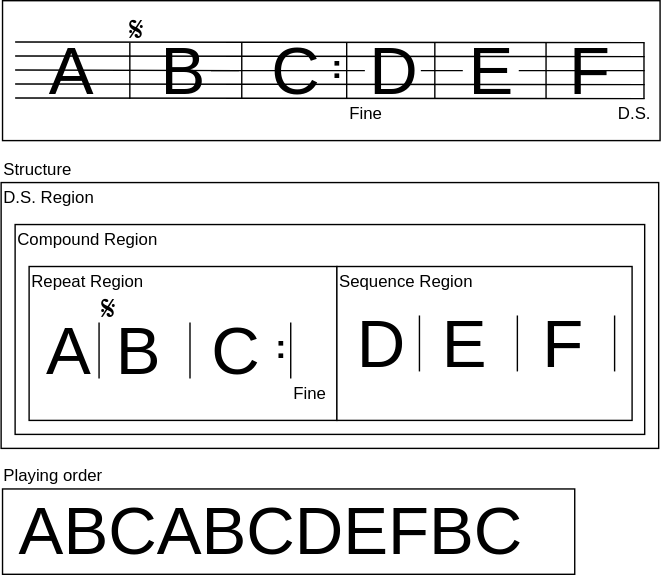
The draw.io diagram docs/repeat/example09.drawio.svg in ruimo/klavier-core, before a commit. Source tidied: cells renumbered, new cells last; positions are measured from the earlier drawing's top-left corner, leaving out a move shared by most shapes.
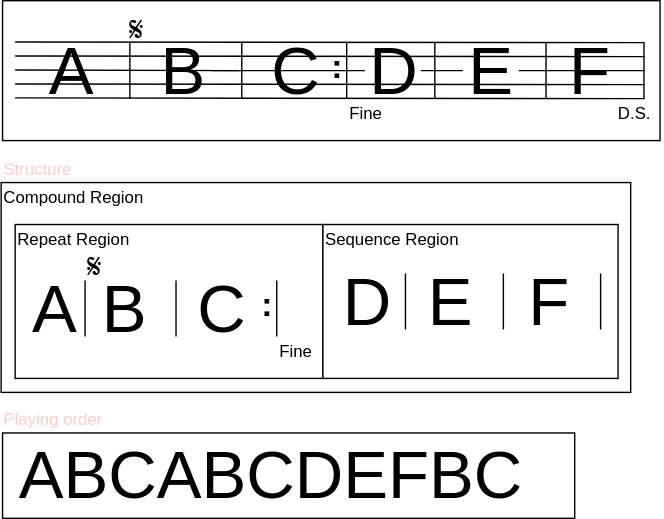
Later version of the same file.

Change to the diagram source:
```diff
@@ -5,9 +5,6 @@
     <mxCell id="2" style="rounded=0;whiteSpace=wrap;html=1;" parent="1" vertex="1">
       <mxGeometry x="1" width="470" height="100" as="geometry" />
     </mxCell>
-    <mxCell id="3" style="rounded=0;whiteSpace=wrap;html=1;" parent="1" vertex="1">
-      <mxGeometry y="130" width="470" height="190" as="geometry" />
-    </mxCell>
     <mxCell id="4" style="endArrow=none;html=1;" parent="1" edge="1">
       <mxGeometry relative="1" as="geometry">
         <mxPoint x="10" y="39.5" as="sourcePoint" />
@@ -43,9 +40,6 @@
     <mxCell id="10" value="&lt;font style=&quot;font-size: 48px&quot;&gt;B&lt;/font&gt;" style="text;html=1;strokeColor=none;fillColor=none;align=center;verticalAlign=middle;whiteSpace=wrap;rounded=0;" parent="1" vertex="1">
       <mxGeometry x="110" y="40" width="40" height="20" as="geometry" />
     </mxCell>
-    <mxCell id="11" value="D.S. Region" style="text;html=1;strokeColor=none;fillColor=none;align=left;verticalAlign=middle;whiteSpace=wrap;rounded=0;" parent="1" vertex="1">
-      <mxGeometry y="130" width="200" height="20" as="geometry" />
-    </mxCell>
     <mxCell id="12" value="&lt;font style=&quot;font-size: 48px&quot;&gt;C&lt;/font&gt;" style="text;html=1;strokeColor=none;fillColor=none;align=center;verticalAlign=middle;whiteSpace=wrap;rounded=0;" parent="1" vertex="1">
       <mxGeometry x="190" y="40" width="40" height="20" as="geometry" />
     </mxCell>
@@ -56,10 +50,10 @@
       </mxGeometry>
     </mxCell>
     <mxCell id="14" style="rounded=0;whiteSpace=wrap;html=1;" parent="1" vertex="1">
-      <mxGeometry x="10" y="160" width="450" height="150" as="geometry" />
+      <mxGeometry y="130" width="450" height="150" as="geometry" />
     </mxCell>
     <mxCell id="15" value="Compound Region" style="text;html=1;strokeColor=none;fillColor=none;align=left;verticalAlign=middle;whiteSpace=wrap;rounded=0;" parent="1" vertex="1">
-      <mxGeometry x="10" y="160" width="150" height="20" as="geometry" />
+      <mxGeometry y="130" width="150" height="20" as="geometry" />
     </mxCell>
     <mxCell id="16" value="&lt;font style=&quot;font-size: 48px&quot;&gt;D&lt;/font&gt;" style="text;html=1;strokeColor=none;fillColor=none;align=center;verticalAlign=middle;whiteSpace=wrap;rounded=0;" parent="1" vertex="1">
       <mxGeometry x="260" y="40" width="40" height="20" as="geometry" />
@@ -89,28 +83,28 @@
       </mxGeometry>
     </mxCell>
     <mxCell id="23" style="rounded=0;whiteSpace=wrap;html=1;" parent="1" vertex="1">
-      <mxGeometry x="20" y="190" width="220" height="110" as="geometry" />
+      <mxGeometry x="10" y="160" width="220" height="110" as="geometry" />
     </mxCell>
     <mxCell id="24" value="Repeat Region" style="text;html=1;strokeColor=none;fillColor=none;align=left;verticalAlign=middle;whiteSpace=wrap;rounded=0;" parent="1" vertex="1">
-      <mxGeometry x="20" y="190" width="105" height="20" as="geometry" />
+      <mxGeometry x="10" y="160" width="105" height="20" as="geometry" />
     </mxCell>
     <mxCell id="25" value="&lt;font style=&quot;font-size: 48px&quot;&gt;A&lt;/font&gt;" style="text;html=1;strokeColor=none;fillColor=none;align=center;verticalAlign=middle;whiteSpace=wrap;rounded=0;" parent="1" vertex="1">
-      <mxGeometry x="27.5" y="240" width="40" height="20" as="geometry" />
+      <mxGeometry x="17.5" y="210" width="40" height="20" as="geometry" />
     </mxCell>
     <mxCell id="26" value="&lt;font style=&quot;font-size: 48px&quot;&gt;B&lt;/font&gt;" style="text;html=1;strokeColor=none;fillColor=none;align=center;verticalAlign=middle;whiteSpace=wrap;rounded=0;" parent="1" vertex="1">
-      <mxGeometry x="77.5" y="240" width="40" height="20" as="geometry" />
+      <mxGeometry x="67.5" y="210" width="40" height="20" as="geometry" />
     </mxCell>
     <mxCell id="27" style="endArrow=none;html=1;" parent="1" edge="1">
       <mxGeometry relative="1" as="geometry">
-        <mxPoint x="70" y="270" as="sourcePoint" />
-        <mxPoint x="70" y="230" as="targetPoint" />
+        <mxPoint x="60" y="240" as="sourcePoint" />
+        <mxPoint x="60" y="200" as="targetPoint" />
       </mxGeometry>
     </mxCell>
     <mxCell id="28" style="rounded=0;whiteSpace=wrap;html=1;" parent="1" vertex="1">
-      <mxGeometry x="240" y="190" width="211" height="110" as="geometry" />
+      <mxGeometry x="230" y="160" width="211" height="110" as="geometry" />
     </mxCell>
     <mxCell id="29" value="Sequence Region" style="text;html=1;strokeColor=none;fillColor=none;align=left;verticalAlign=middle;whiteSpace=wrap;rounded=0;" parent="1" vertex="1">
-      <mxGeometry x="240" y="190" width="105" height="20" as="geometry" />
+      <mxGeometry x="230" y="160" width="105" height="20" as="geometry" />
     </mxCell>
     <mxCell id="30" style="endArrow=none;html=1;" parent="1" edge="1">
       <mxGeometry relative="1" as="geometry">
@@ -128,7 +122,7 @@
       </mxGeometry>
     </mxCell>
     <mxCell id="33" style="group;" parent="1" vertex="1">
-      <mxGeometry x="180" y="230" width="40" height="40" as="geometry" />
+      <mxGeometry x="170" y="200" width="40" height="40" as="geometry" />
     </mxCell>
     <mxCell id="34" style="group;" parent="33" vertex="1">
       <mxGeometry width="40" height="40" as="geometry" />
@@ -149,43 +143,43 @@
       <mxGeometry y="7" width="40" height="20" as="geometry" />
     </mxCell>
     <mxCell id="39" value="&lt;font style=&quot;font-size: 48px&quot;&gt;C&lt;/font&gt;" style="text;html=1;strokeColor=none;fillColor=none;align=center;verticalAlign=middle;whiteSpace=wrap;rounded=0;" parent="1" vertex="1">
-      <mxGeometry x="147" y="240" width="40" height="20" as="geometry" />
+      <mxGeometry x="137" y="210" width="40" height="20" as="geometry" />
     </mxCell>
     <mxCell id="40" value="D.S." style="text;html=1;strokeColor=none;fillColor=none;align=center;verticalAlign=middle;whiteSpace=wrap;rounded=0;" parent="1" vertex="1">
       <mxGeometry x="432.5" y="70" width="40" height="20" as="geometry" />
     </mxCell>
     <mxCell id="41" value="&lt;font style=&quot;font-size: 48px&quot;&gt;D&lt;/font&gt;" style="text;html=1;strokeColor=none;fillColor=none;align=center;verticalAlign=middle;whiteSpace=wrap;rounded=0;" parent="1" vertex="1">
-      <mxGeometry x="251" y="235" width="40" height="20" as="geometry" />
+      <mxGeometry x="241" y="205" width="40" height="20" as="geometry" />
     </mxCell>
     <mxCell id="42" style="endArrow=none;html=1;" parent="1" edge="1">
       <mxGeometry relative="1" as="geometry">
-        <mxPoint x="299" y="265" as="sourcePoint" />
-        <mxPoint x="299" y="225" as="targetPoint" />
+        <mxPoint x="289" y="235" as="sourcePoint" />
+        <mxPoint x="289" y="195" as="targetPoint" />
       </mxGeometry>
     </mxCell>
     <mxCell id="43" value="&lt;font style=&quot;font-size: 48px&quot;&gt;E&lt;/font&gt;" style="text;html=1;strokeColor=none;fillColor=none;align=center;verticalAlign=middle;whiteSpace=wrap;rounded=0;" parent="1" vertex="1">
-      <mxGeometry x="311" y="235" width="40" height="20" as="geometry" />
+      <mxGeometry x="301" y="205" width="40" height="20" as="geometry" />
     </mxCell>
     <mxCell id="44" style="endArrow=none;html=1;" parent="1" edge="1">
       <mxGeometry relative="1" as="geometry">
-        <mxPoint x="369" y="265" as="sourcePoint" />
-        <mxPoint x="369" y="225" as="targetPoint" />
+        <mxPoint x="359" y="235" as="sourcePoint" />
+        <mxPoint x="359" y="195" as="targetPoint" />
       </mxGeometry>
     </mxCell>
     <mxCell id="45" value="&lt;font style=&quot;font-size: 48px&quot;&gt;F&lt;/font&gt;" style="text;html=1;strokeColor=none;fillColor=none;align=center;verticalAlign=middle;whiteSpace=wrap;rounded=0;" parent="1" vertex="1">
-      <mxGeometry x="381" y="235" width="40" height="20" as="geometry" />
+      <mxGeometry x="371" y="205" width="40" height="20" as="geometry" />
     </mxCell>
     <mxCell id="46" style="endArrow=none;html=1;" parent="1" edge="1">
       <mxGeometry relative="1" as="geometry">
-        <mxPoint x="438.5" y="265" as="sourcePoint" />
-        <mxPoint x="438.5" y="225" as="targetPoint" />
+        <mxPoint x="428.5" y="235" as="sourcePoint" />
+        <mxPoint x="428.5" y="195" as="targetPoint" />
       </mxGeometry>
     </mxCell>
     <mxCell id="47" value="Fine" style="text;html=1;strokeColor=none;fillColor=none;align=center;verticalAlign=middle;whiteSpace=wrap;rounded=0;" parent="1" vertex="1">
       <mxGeometry x="240" y="70" width="40" height="20" as="geometry" />
     </mxCell>
     <mxCell id="48" value="Fine" style="text;html=1;strokeColor=none;fillColor=none;align=center;verticalAlign=middle;whiteSpace=wrap;rounded=0;" parent="1" vertex="1">
-      <mxGeometry x="200" y="270" width="40" height="20" as="geometry" />
+      <mxGeometry x="190" y="240" width="40" height="20" as="geometry" />
     </mxCell>
     <mxCell id="49" style="group;" parent="1" vertex="1">
       <mxGeometry x="220" y="30" width="40" height="40" as="geometry" />
@@ -209,25 +203,25 @@
       <mxGeometry x="90" y="10" width="40" height="20" as="geometry" />
     </mxCell>
     <mxCell id="54" value="&lt;font style=&quot;font-size: 24px&quot;&gt;𝄋&lt;/font&gt;" style="text;html=1;strokeColor=none;fillColor=none;align=left;verticalAlign=middle;whiteSpace=wrap;rounded=0;" parent="1" vertex="1">
-      <mxGeometry x="70" y="210" width="40" height="20" as="geometry" />
+      <mxGeometry x="60" y="180" width="40" height="20" as="geometry" />
     </mxCell>
     <mxCell id="55" style="endArrow=none;html=1;" parent="1" edge="1">
       <mxGeometry relative="1" as="geometry">
-        <mxPoint x="135" y="270" as="sourcePoint" />
-        <mxPoint x="135" y="230" as="targetPoint" />
+        <mxPoint x="125" y="240" as="sourcePoint" />
+        <mxPoint x="125" y="200" as="targetPoint" />
       </mxGeometry>
     </mxCell>
     <mxCell id="56" style="rounded=0;whiteSpace=wrap;html=1;" parent="1" vertex="1">
-      <mxGeometry x="1" y="349" width="409" height="61" as="geometry" />
+      <mxGeometry x="1" y="309" width="409" height="61" as="geometry" />
     </mxCell>
     <mxCell id="57" value="&lt;font style=&quot;font-size: 48px&quot;&gt;ABCABCDEFBC&lt;/font&gt;" style="text;html=1;strokeColor=none;fillColor=none;align=left;verticalAlign=middle;whiteSpace=wrap;rounded=0;" parent="1" vertex="1">
-      <mxGeometry x="11" y="369" width="40" height="20" as="geometry" />
+      <mxGeometry x="11" y="329" width="40" height="20" as="geometry" />
     </mxCell>
-    <mxCell id="58" value="Structure" style="text;html=1;strokeColor=none;fillColor=none;align=left;verticalAlign=middle;whiteSpace=wrap;rounded=0;" parent="1" vertex="1">
+    <mxCell id="58" value="Structure" style="text;html=1;strokeColor=none;fillColor=none;align=left;verticalAlign=middle;whiteSpace=wrap;rounded=0;fontColor=#FFCCCC;" parent="1" vertex="1">
       <mxGeometry y="110" width="140" height="20" as="geometry" />
     </mxCell>
-    <mxCell id="59" value="Playing order" style="text;html=1;strokeColor=none;fillColor=none;align=left;verticalAlign=middle;whiteSpace=wrap;rounded=0;" parent="1" vertex="1">
-      <mxGeometry y="329" width="140" height="20" as="geometry" />
+    <mxCell id="59" value="Playing order" style="text;html=1;strokeColor=none;fillColor=none;align=left;verticalAlign=middle;whiteSpace=wrap;rounded=0;fontColor=#FFCCCC;" parent="1" vertex="1">
+      <mxGeometry y="289" width="140" height="20" as="geometry" />
     </mxCell>
   </root>
 </mxGraphModel>
```
